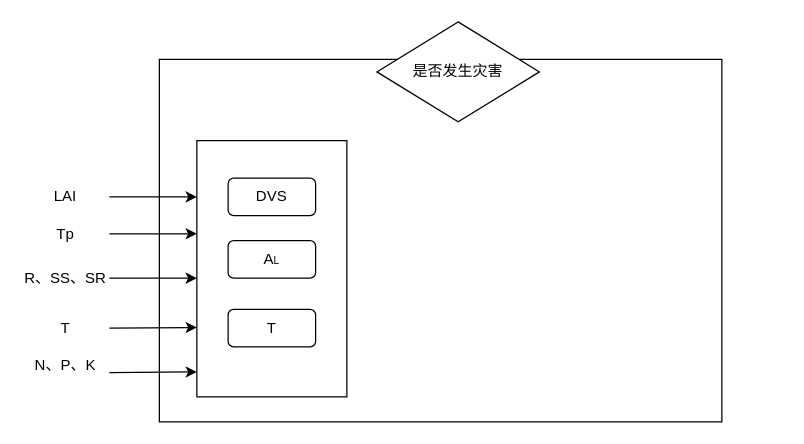
The draw.io diagram 毕设-后端算法框架.drawio in Kakoyi945/cloud, before the edit. Source tidied: cells renumbered, new cells numbered last; positions are measured from the earlier drawing's top-left corner, leaving out a move shared by most shapes. Both pictures are drawn from the tidied source at 125%, with x=0, y=0 at pixel (21, 21).
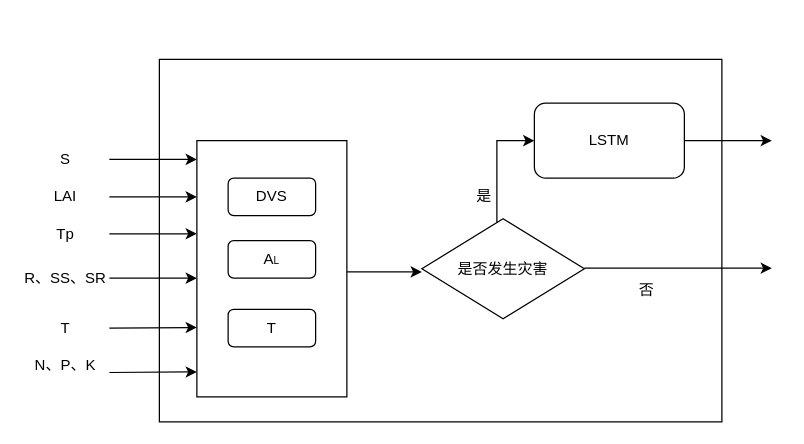
Above is the later version.

Commit message (it also covers changes not shown here):
更新毕设-后端算法框架.drawio

Diff of the diagram source:
```diff
@@
     <mxCell id="5" value="是否发生灾害" style="rhombus;whiteSpace=wrap;html=1;" parent="1" vertex="1">
-      <mxGeometry x="284" width="130" height="80" as="geometry" />
+      <mxGeometry x="320" y="157.5" width="130" height="80" as="geometry" />
     </mxCell>
@@
+    <mxCell id="18" style="endArrow=classic;html=1;rounded=0;" parent="1" edge="1">
+      <mxGeometry relative="1" as="geometry">
+        <mxPoint x="70" y="110" as="sourcePoint" />
+        <mxPoint x="140" y="110" as="targetPoint" />
+      </mxGeometry>
+    </mxCell>
+    <mxCell id="19" value="S" style="text;html=1;strokeColor=none;fillColor=none;align=center;verticalAlign=middle;whiteSpace=wrap;rounded=0;" parent="1" vertex="1">
+      <mxGeometry x="5" y="95" width="60" height="30" as="geometry" />
+    </mxCell>
+    <mxCell id="20" style="endArrow=classic;html=1;rounded=0;" parent="1" edge="1">
+      <mxGeometry relative="1" as="geometry">
+        <mxPoint x="260" y="200" as="sourcePoint" />
+        <mxPoint x="320" y="200" as="targetPoint" />
+      </mxGeometry>
+    </mxCell>
+    <mxCell id="21" style="endArrow=classic;html=1;rounded=0;entryX=0;entryY=0.5;entryDx=0;entryDy=0;" parent="1" edge="1" target="22">
+      <mxGeometry relative="1" as="geometry">
+        <mxPoint x="380" y="160" as="sourcePoint" />
+        <Array as="points">
+          <mxPoint x="380" y="95" />
+        </Array>
+      </mxGeometry>
+    </mxCell>
+    <mxCell id="22" value="LSTM" style="rounded=1;whiteSpace=wrap;html=1;" parent="1" vertex="1">
+      <mxGeometry x="410" y="65" width="120" height="60" as="geometry" />
+    </mxCell>
+    <mxCell id="23" style="endArrow=classic;html=1;rounded=0;" parent="1" edge="1">
+      <mxGeometry relative="1" as="geometry">
+        <mxPoint x="530" y="95" as="sourcePoint" />
+        <mxPoint x="600" y="95" as="targetPoint" />
+      </mxGeometry>
+    </mxCell>
+    <mxCell id="24" style="endArrow=classic;html=1;rounded=0;" parent="1" edge="1">
+      <mxGeometry relative="1" as="geometry">
+        <mxPoint x="450" y="197" as="sourcePoint" />
+        <mxPoint x="600" y="197" as="targetPoint" />
+      </mxGeometry>
+    </mxCell>
+    <mxCell id="25" value="是" style="text;html=1;strokeColor=none;fillColor=none;align=center;verticalAlign=middle;whiteSpace=wrap;rounded=0;" parent="1" vertex="1">
+      <mxGeometry x="340" y="125" width="60" height="30" as="geometry" />
+    </mxCell>
+    <mxCell id="26" value="否" style="text;html=1;strokeColor=none;fillColor=none;align=center;verticalAlign=middle;whiteSpace=wrap;rounded=0;" parent="1" vertex="1">
+      <mxGeometry x="470" y="200" width="60" height="30" as="geometry" />
+    </mxCell>
```
